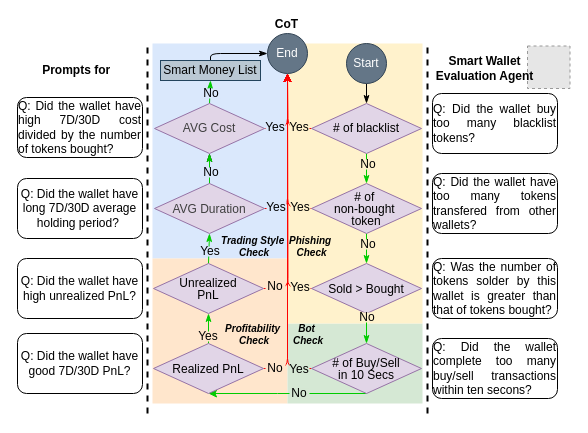
The draw.io diagram diagram/cot_wallet.drawio in lyc0603/meme, before the edit. Source tidied: cells renumbered, new cells numbered last; positions are measured from the earlier drawing's top-left corner, leaving out a move shared by most shapes. Both pictures are drawn from the tidied source at 100%, with x=0, y=0 at pixel (17, 19). Pictures stored in the file or linked from it are replaced by grey dashed boxes.
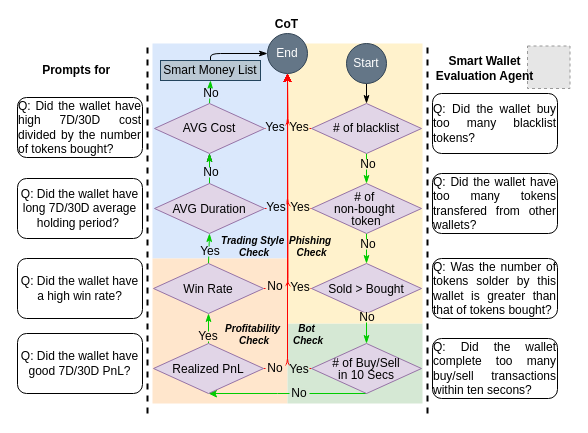
Above is the later version.

Commit message (it also covers changes not shown here):
update cot wallet

Change to the diagram source:
```diff
@@
-    <mxCell id="30" value="&lt;div style=&quot;line-height: 100%;&quot;&gt;Unrealized&lt;/div&gt;&lt;div style=&quot;line-height: 100%;&quot;&gt;PnL&lt;/div&gt;" style="rhombus;whiteSpace=wrap;html=1;fillColor=#e1d5e7;strokeColor=#9673a6;" parent="1" vertex="1">
+    <mxCell id="30" value="&lt;div style=&quot;line-height: 100%;&quot;&gt;Win Rate&lt;/div&gt;" style="rhombus;whiteSpace=wrap;html=1;fillColor=#e1d5e7;strokeColor=#9673a6;" parent="1" vertex="1">
       <mxGeometry x="136" y="244" width="110" height="50" as="geometry" />
     </mxCell>
@@
-    <mxCell id="35" value="&lt;div style=&quot;line-height: 100%;&quot;&gt;&lt;span style=&quot;color: rgb(63, 63, 63);&quot;&gt;AVG Duration&lt;/span&gt;&lt;br&gt;&lt;/div&gt;" style="rhombus;whiteSpace=wrap;html=1;fillColor=#e1d5e7;strokeColor=#9673a6;" parent="1" vertex="1">
+    <mxCell id="35" value="&lt;div style=&quot;line-height: 100%;&quot;&gt;AVG Duration&lt;br&gt;&lt;/div&gt;" style="rhombus;whiteSpace=wrap;html=1;fillColor=#e1d5e7;strokeColor=#9673a6;" parent="1" vertex="1">
       <mxGeometry x="137" y="164" width="110" height="50" as="geometry" />
     </mxCell>
@@
-    <mxCell id="53" value="&lt;span style=&quot;color: rgb(63, 63, 63);&quot;&gt;AVG Cost&lt;/span&gt;" style="rhombus;whiteSpace=wrap;html=1;fillColor=#e1d5e7;strokeColor=#9673a6;" parent="1" vertex="1">
+    <mxCell id="53" value="AVG Cost" style="rhombus;whiteSpace=wrap;html=1;fillColor=#e1d5e7;strokeColor=#9673a6;" parent="1" vertex="1">
       <mxGeometry x="137" y="84" width="110" height="50" as="geometry" />
     </mxCell>
@@
-    <mxCell id="55" value="Q: Did the wallet have high unrealized PnL?" style="rounded=1;whiteSpace=wrap;html=1;" parent="1" vertex="1">
+    <mxCell id="55" value="Q: Did the wallet have a high win rate?" style="rounded=1;whiteSpace=wrap;html=1;" parent="1" vertex="1">
       <mxGeometry y="239" width="125" height="60" as="geometry" />
     </mxCell>
```
